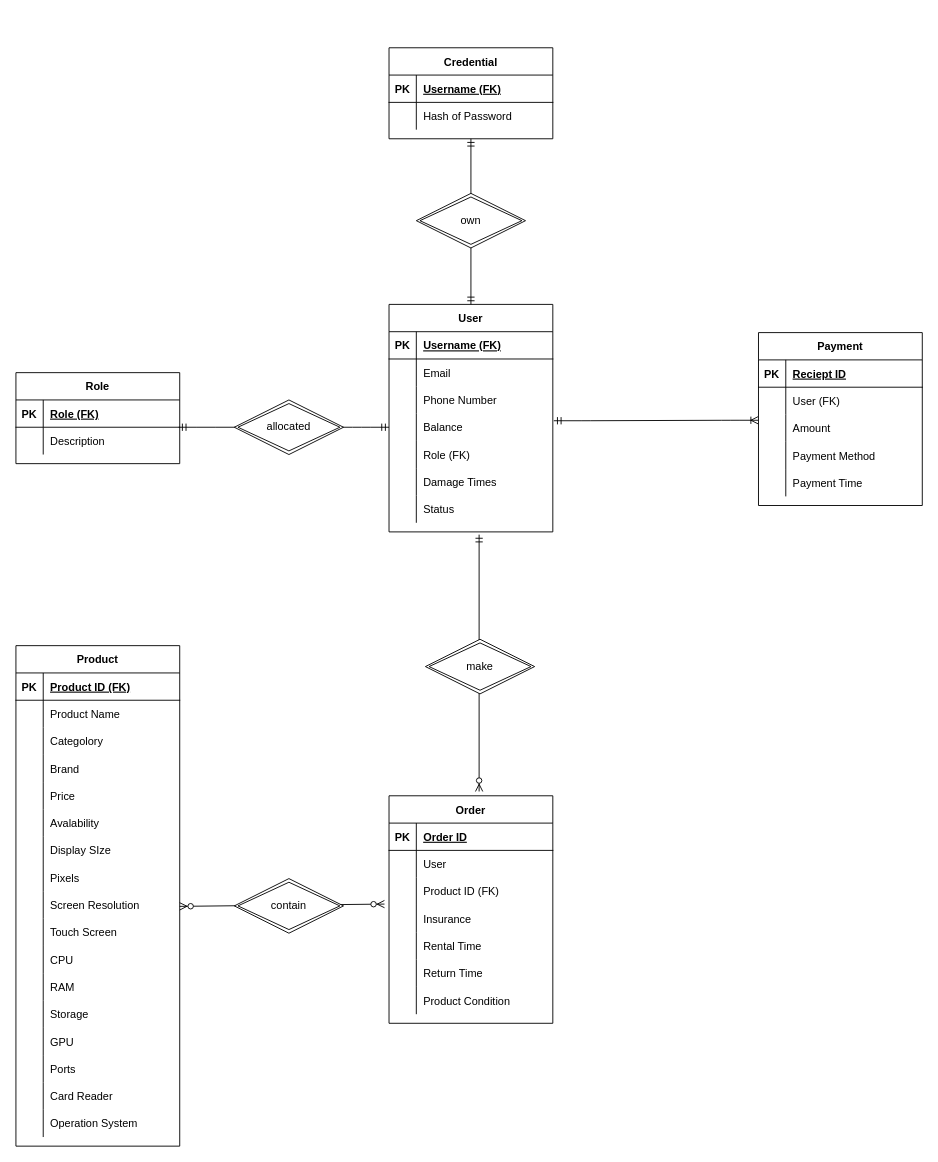
Above: tmp/Entity Relationship Diagram.drawio in taof211/UTAS_UCR (draw.io), before the change. Source tidied: cells renumbered, new cells numbered last; positions are measured from the earlier drawing's top-left corner, leaving out a move shared by most shapes. Both pictures are drawn from the tidied source at 91%, with x=0, y=0 at pixel (15, 47).
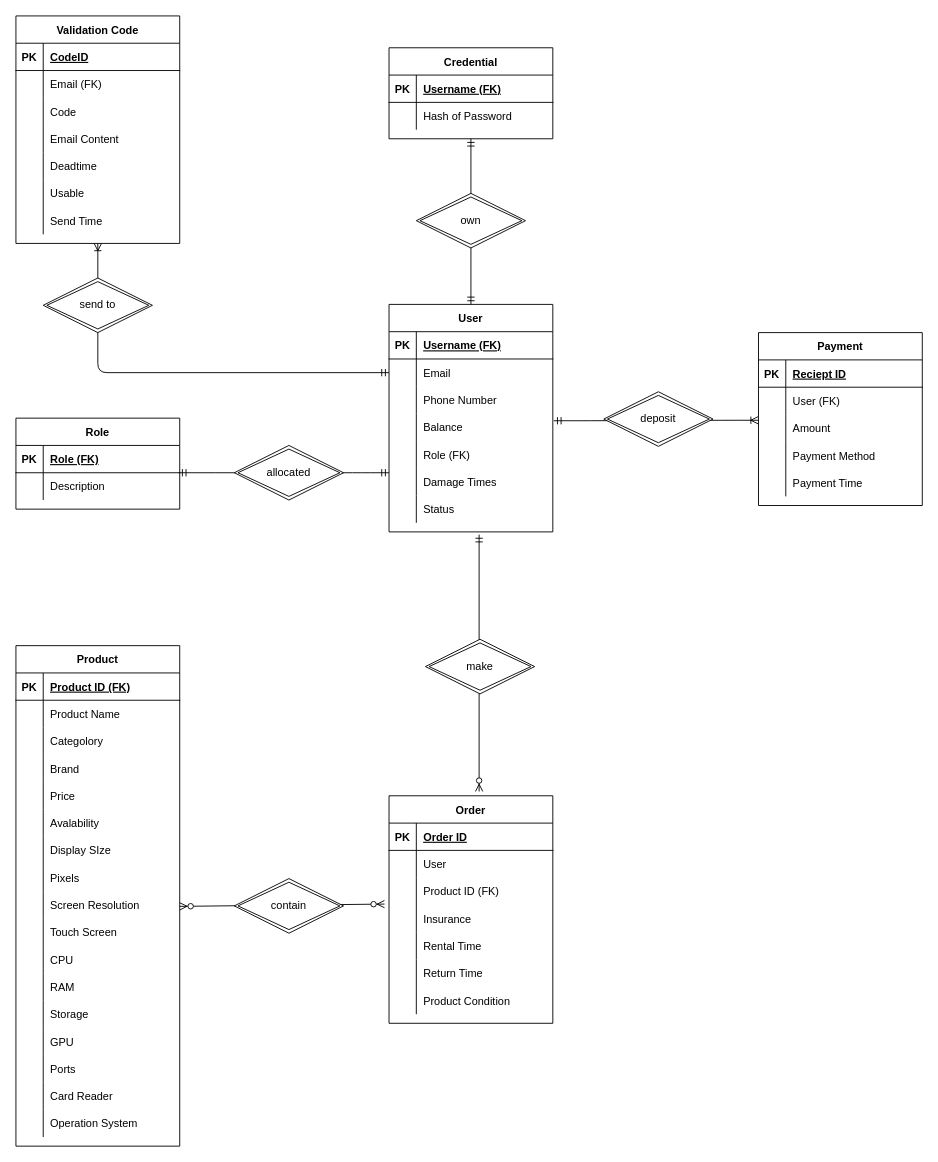
The same page after the edit.

Unchanged cells that the change refers to:
```xml
<mxCell id="3" style="shape=partialRectangle;fillColor=none;top=0;left=0;bottom=1;right=0;points=[[0,0.5],[1,0.5]];portConstraint=eastwest;" parent="2" vertex="1">
  <mxGeometry y="30" width="180" height="30" as="geometry" />
</mxCell>
<mxCell id="20" style="shape=partialRectangle;fillColor=none;top=0;left=0;bottom=0;right=0;points=[[0,0.5],[1,0.5]];portConstraint=eastwest;" parent="16" vertex="1">
  <mxGeometry y="60" width="180" height="30" as="geometry" />
</mxCell>
<mxCell id="26" style="shape=partialRectangle;fillColor=none;top=0;left=0;bottom=0;right=0;points=[[0,0.5],[1,0.5]];portConstraint=eastwest;" parent="16" vertex="1">
  <mxGeometry y="120" width="180" height="30" as="geometry" />
</mxCell>
```

Change to the diagram source:
```diff
@@
     <mxCell id="2" value="Role" style="shape=table;startSize=30;childLayout=tableLayout;rowLines=0;fontStyle=1;align=center;" parent="1" vertex="1">
-      <mxGeometry y="357" width="180" height="100" as="geometry" />
+      <mxGeometry y="407" width="180" height="100" as="geometry" />
     </mxCell>
@@
-    <mxCell id="39" style="edgeStyle=entityRelationEdgeStyle;fontSize=12;html=1;endArrow=ERmandOne;startArrow=ERmandOne;entryX=0;entryY=0.5;entryDx=0;entryDy=0;exitX=0.994;exitY=1;exitDx=0;exitDy=0;exitPerimeter=0;" parent="1" edge="1" source="3" target="26">
-      <mxGeometry relative="1" as="geometry" />
+    <mxCell id="39" style="edgeStyle=entityRelationEdgeStyle;fontSize=12;html=1;endArrow=ERmandOne;startArrow=ERmandOne;entryX=0;entryY=0.5;entryDx=0;entryDy=0;exitX=0.994;exitY=1;exitDx=0;exitDy=0;exitPerimeter=0;" parent="1" edge="1" source="3">
+      <mxGeometry relative="1" as="geometry">
+        <mxPoint x="410" y="467" as="targetPoint" />
+      </mxGeometry>
     </mxCell>
     <mxCell id="40" value="allocated" style="shape=rhombus;double=1;perimeter=rhombusPerimeter;whiteSpace=wrap;html=1;align=center;" parent="1" vertex="1">
-      <mxGeometry x="240" y="387" width="120" height="60" as="geometry" />
+      <mxGeometry x="240" y="437" width="120" height="60" as="geometry" />
     </mxCell>
@@
+    <mxCell id="137" value="deposit" style="shape=rhombus;double=1;perimeter=rhombusPerimeter;whiteSpace=wrap;html=1;align=center;" parent="1" vertex="1">
+      <mxGeometry x="646" y="378" width="120" height="60" as="geometry" />
+    </mxCell>
+    <mxCell id="138" value="Validation Code" style="shape=table;startSize=30;childLayout=tableLayout;rowLines=0;fontStyle=1;align=center;" parent="1" vertex="1">
+      <mxGeometry y="-35" width="180" height="250" as="geometry" />
+    </mxCell>
+    <mxCell id="139" style="shape=partialRectangle;fillColor=none;top=0;left=0;bottom=1;right=0;" parent="138" vertex="1">
+      <mxGeometry y="30" width="180" height="30" as="geometry" />
+    </mxCell>
+    <mxCell id="140" value="PK" style="shape=partialRectangle;fillColor=none;top=0;left=0;bottom=0;right=0;fontStyle=1;overflow=hidden;" parent="139" vertex="1">
+      <mxGeometry width="30" height="30" as="geometry" />
+    </mxCell>
+    <mxCell id="141" value="CodeID" style="shape=partialRectangle;fillColor=none;top=0;left=0;bottom=0;right=0;align=left;spacingLeft=6;fontStyle=5;overflow=hidden;" parent="139" vertex="1">
+      <mxGeometry x="30" width="150" height="30" as="geometry" />
+    </mxCell>
+    <mxCell id="142" style="shape=partialRectangle;fillColor=none;top=0;left=0;bottom=0;right=0;" parent="138" vertex="1">
+      <mxGeometry y="60" width="180" height="30" as="geometry" />
+    </mxCell>
+    <mxCell id="143" style="shape=partialRectangle;fillColor=none;top=0;left=0;bottom=0;right=0;overflow=hidden;" parent="142" vertex="1">
+      <mxGeometry width="30" height="30" as="geometry" />
+    </mxCell>
+    <mxCell id="144" value="Email (FK)" style="shape=partialRectangle;fillColor=none;top=0;left=0;bottom=0;right=0;align=left;spacingLeft=6;overflow=hidden;" parent="142" vertex="1">
+      <mxGeometry x="30" width="150" height="30" as="geometry" />
+    </mxCell>
+    <mxCell id="145" style="shape=partialRectangle;fillColor=none;top=0;left=0;bottom=0;right=0;" parent="138" vertex="1">
+      <mxGeometry y="90" width="180" height="30" as="geometry" />
+    </mxCell>
+    <mxCell id="146" style="shape=partialRectangle;fillColor=none;top=0;left=0;bottom=0;right=0;overflow=hidden;" parent="145" vertex="1">
+      <mxGeometry width="30" height="30" as="geometry" />
+    </mxCell>
+    <mxCell id="147" value="Code" style="shape=partialRectangle;fillColor=none;top=0;left=0;bottom=0;right=0;align=left;spacingLeft=6;overflow=hidden;" parent="145" vertex="1">
+      <mxGeometry x="30" width="150" height="30" as="geometry" />
+    </mxCell>
+    <mxCell id="148" style="shape=partialRectangle;fillColor=none;top=0;left=0;bottom=0;right=0;" parent="138" vertex="1">
+      <mxGeometry y="120" width="180" height="30" as="geometry" />
+    </mxCell>
+    <mxCell id="149" style="shape=partialRectangle;fillColor=none;top=0;left=0;bottom=0;right=0;overflow=hidden;" parent="148" vertex="1">
+      <mxGeometry width="30" height="30" as="geometry" />
+    </mxCell>
+    <mxCell id="150" value="Email Content" style="shape=partialRectangle;fillColor=none;top=0;left=0;bottom=0;right=0;align=left;spacingLeft=6;overflow=hidden;" parent="148" vertex="1">
+      <mxGeometry x="30" width="150" height="30" as="geometry" />
+    </mxCell>
+    <mxCell id="151" style="shape=partialRectangle;fillColor=none;top=0;left=0;bottom=0;right=0;" parent="138" vertex="1">
+      <mxGeometry y="150" width="180" height="30" as="geometry" />
+    </mxCell>
+    <mxCell id="152" style="shape=partialRectangle;fillColor=none;top=0;left=0;bottom=0;right=0;overflow=hidden;" parent="151" vertex="1">
+      <mxGeometry width="30" height="30" as="geometry" />
+    </mxCell>
+    <mxCell id="153" value="Deadtime" style="shape=partialRectangle;fillColor=none;top=0;left=0;bottom=0;right=0;align=left;spacingLeft=6;overflow=hidden;" parent="151" vertex="1">
+      <mxGeometry x="30" width="150" height="30" as="geometry" />
+    </mxCell>
+    <mxCell id="154" style="shape=partialRectangle;fillColor=none;top=0;left=0;bottom=0;right=0;" parent="138" vertex="1">
+      <mxGeometry y="180" width="180" height="30" as="geometry" />
+    </mxCell>
+    <mxCell id="155" style="shape=partialRectangle;fillColor=none;top=0;left=0;bottom=0;right=0;overflow=hidden;" parent="154" vertex="1">
+      <mxGeometry width="30" height="30" as="geometry" />
+    </mxCell>
+    <mxCell id="156" value="Usable" style="shape=partialRectangle;fillColor=none;top=0;left=0;bottom=0;right=0;align=left;spacingLeft=6;overflow=hidden;" parent="154" vertex="1">
+      <mxGeometry x="30" width="150" height="30" as="geometry" />
+    </mxCell>
+    <mxCell id="157" style="shape=partialRectangle;fillColor=none;top=0;left=0;bottom=0;right=0;" parent="138" vertex="1">
+      <mxGeometry y="210" width="180" height="30" as="geometry" />
+    </mxCell>
+    <mxCell id="158" style="shape=partialRectangle;fillColor=none;top=0;left=0;bottom=0;right=0;overflow=hidden;" parent="157" vertex="1">
+      <mxGeometry width="30" height="30" as="geometry" />
+    </mxCell>
+    <mxCell id="159" value="Send Time" style="shape=partialRectangle;fillColor=none;top=0;left=0;bottom=0;right=0;align=left;spacingLeft=6;overflow=hidden;" parent="157" vertex="1">
+      <mxGeometry x="30" width="150" height="30" as="geometry" />
+    </mxCell>
+    <mxCell id="160" style="edgeStyle=orthogonalEdgeStyle;fontSize=12;html=1;endArrow=ERoneToMany;startArrow=ERmandOne;entryX=0.5;entryY=1;entryDx=0;entryDy=0;exitX=0;exitY=0.5;exitDx=0;exitDy=0;" parent="1" edge="1" source="20" target="138">
+      <mxGeometry relative="1" as="geometry" />
+    </mxCell>
+    <mxCell id="161" value="send to" style="shape=rhombus;double=1;perimeter=rhombusPerimeter;whiteSpace=wrap;html=1;align=center;" parent="1" vertex="1">
+      <mxGeometry x="30" y="253" width="120" height="60" as="geometry" />
+    </mxCell>
```
